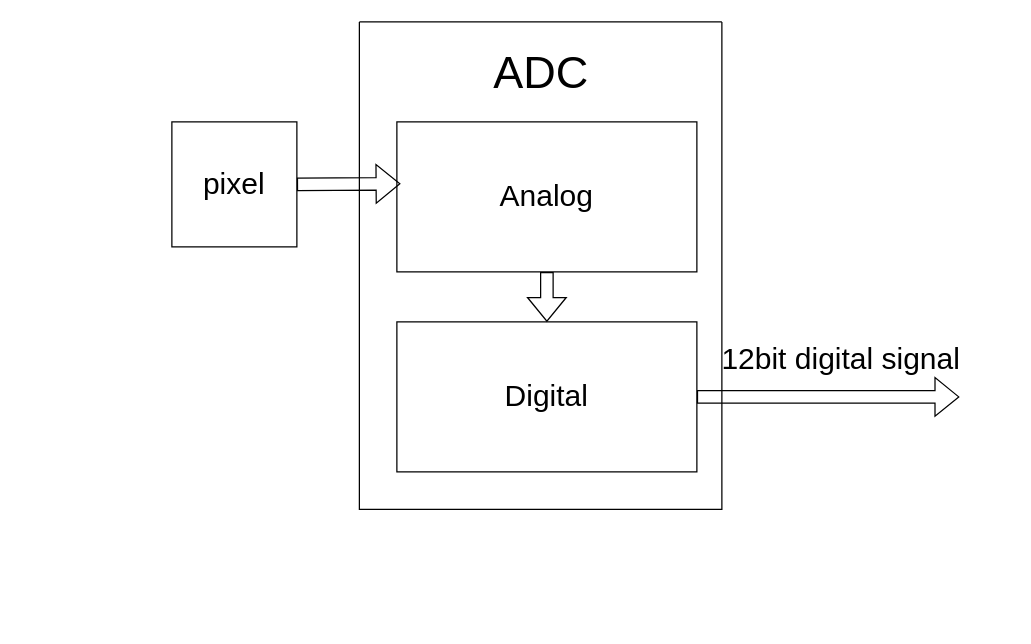
This is Diagrams/Presentation_part2.drawio from sabarioded/Patterns_Project, a draw.io file, before an edit. Source tidied: cells renumbered, new cells numbered last; positions are measured from the earlier drawing's top-left corner, leaving out a move shared by most shapes. Both pictures are drawn from the tidied source at 125%, with x=0, y=0 at pixel (171, 21).
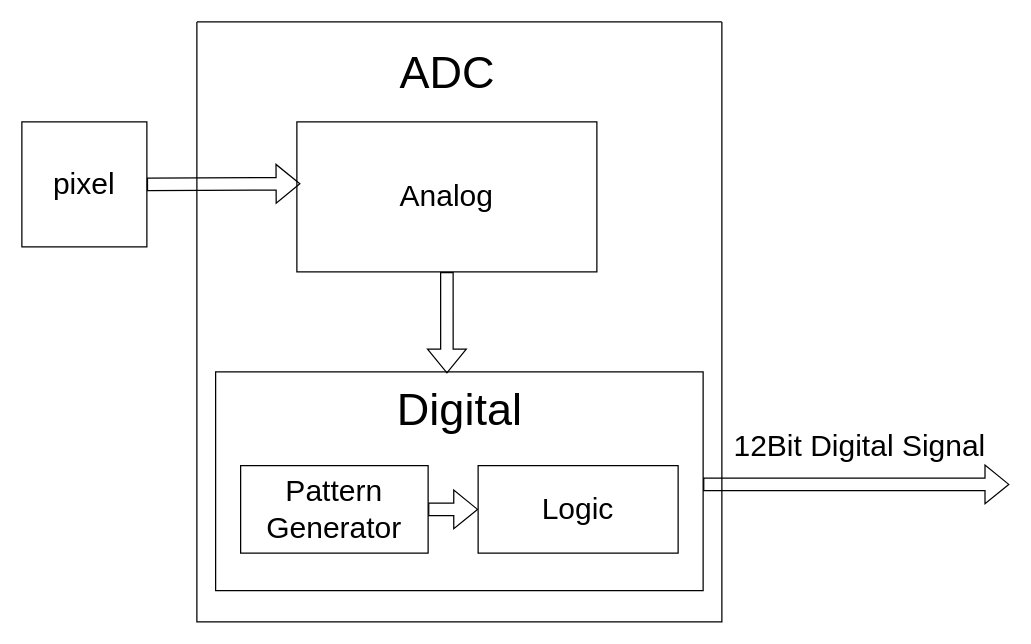
The same page after the edit.

Diff of the diagram source:
```diff
@@
 <mxGraphModel>
   <root>
     <mxCell id="0" />
     <mxCell id="1" parent="0" />
-    <mxCell id="2" value="&lt;font style=&quot;font-size: 24px;&quot;&gt;12bit digital signal&lt;/font&gt;" style="text;html=1;align=center;verticalAlign=middle;strokeColor=none;fillColor=none;" parent="1" vertex="1">
-      <mxGeometry x="430" y="250" width="210" height="40" as="geometry" />
+    <mxCell id="2" value="&lt;font style=&quot;font-size: 24px;&quot;&gt;12Bit Digital Signal&lt;/font&gt;" style="text;html=1;align=center;verticalAlign=middle;strokeColor=none;fillColor=none;" parent="1" vertex="1">
+      <mxGeometry x="440" y="320" width="220" height="40" as="geometry" />
     </mxCell>
-    <mxCell id="3" value="&lt;font style=&quot;font-size: 24px;&quot;&gt;Analog&lt;/font&gt;" style="rounded=0;whiteSpace=wrap;html=1;" parent="1" vertex="1">
-      <mxGeometry x="180" y="80" width="240" height="120" as="geometry" />
-    </mxCell>
-    <mxCell id="4" value="&lt;font style=&quot;font-size: 24px;&quot;&gt;Digital&lt;/font&gt;" style="rounded=0;whiteSpace=wrap;html=1;" parent="1" vertex="1">
-      <mxGeometry x="180" y="240" width="240" height="120" as="geometry" />
-    </mxCell>
-    <mxCell id="5" style="shape=flexArrow;endArrow=classic;html=1;rounded=0;exitX=1;exitY=0.5;exitDx=0;exitDy=0;" parent="1" edge="1" source="4">
+    <mxCell id="5" style="shape=flexArrow;endArrow=classic;html=1;rounded=0;exitX=1;exitY=0.5;exitDx=0;exitDy=0;" parent="1" edge="1">
       <mxGeometry relative="1" as="geometry">
-        <mxPoint x="630" y="300" as="targetPoint" />
+        <mxPoint x="425" y="370" as="sourcePoint" />
+        <mxPoint x="670" y="370" as="targetPoint" />
       </mxGeometry>
     </mxCell>
-    <mxCell id="6" style="shape=flexArrow;endArrow=classic;html=1;rounded=0;exitX=0.5;exitY=1;exitDx=0;exitDy=0;entryX=0.5;entryY=0;entryDx=0;entryDy=0;" parent="1" edge="1" source="3" target="4">
-      <mxGeometry relative="1" as="geometry" />
-    </mxCell>
     <mxCell id="7" style="swimlane;startSize=0;" parent="1" vertex="1">
-      <mxGeometry x="150" width="290" height="390" as="geometry" />
+      <mxGeometry x="20" width="420" height="480" as="geometry" />
     </mxCell>
     <mxCell id="8" value="&lt;font style=&quot;font-size: 36px;&quot;&gt;ADC&lt;/font&gt;" style="text;html=1;align=center;verticalAlign=middle;strokeColor=none;fillColor=none;" parent="7" vertex="1">
-      <mxGeometry x="95" y="10" width="100" height="60" as="geometry" />
+      <mxGeometry x="150" y="10" width="100" height="60" as="geometry" />
     </mxCell>
+    <mxCell id="3" value="&lt;font style=&quot;font-size: 24px;&quot;&gt;Analog&lt;/font&gt;" style="rounded=0;whiteSpace=wrap;html=1;" parent="7" vertex="1">
+      <mxGeometry x="80" y="80" width="240" height="120" as="geometry" />
+    </mxCell>
+    <mxCell id="11" style="shape=flexArrow;endArrow=classic;html=1;rounded=0;entryX=0;entryY=0.5;entryDx=0;entryDy=0;exitX=1;exitY=0.5;exitDx=0;exitDy=0;" parent="7" edge="1" source="12" target="13">
+      <mxGeometry relative="1" as="geometry" />
+    </mxCell>
+    <mxCell id="12" value="&lt;font style=&quot;font-size: 24px;&quot;&gt;Pattern Generator&lt;/font&gt;" style="rounded=0;whiteSpace=wrap;html=1;" parent="7" vertex="1">
+      <mxGeometry x="35" y="355" width="150" height="70" as="geometry" />
+    </mxCell>
+    <mxCell id="13" value="&lt;font style=&quot;font-size: 24px;&quot;&gt;Logic&lt;/font&gt;" style="rounded=0;whiteSpace=wrap;html=1;" parent="7" vertex="1">
+      <mxGeometry x="225" y="355" width="160" height="70" as="geometry" />
+    </mxCell>
+    <mxCell id="14" style="rounded=0;whiteSpace=wrap;html=1;fillColor=none;" parent="7" vertex="1">
+      <mxGeometry x="15" y="280" width="390" height="175" as="geometry" />
+    </mxCell>
+    <mxCell id="4" value="&lt;font style=&quot;font-size: 36px;&quot;&gt;Digital&lt;/font&gt;" style="text;html=1;align=center;verticalAlign=middle;points=[];strokeColor=none;fillColor=none;" parent="7" vertex="1">
+      <mxGeometry x="150" y="280" width="120" height="60" as="geometry" />
+    </mxCell>
+    <mxCell id="6" style="shape=flexArrow;endArrow=classic;html=1;rounded=0;exitX=0.5;exitY=1;exitDx=0;exitDy=0;entryX=0.417;entryY=0.021;entryDx=0;entryDy=0;entryPerimeter=0;" parent="7" edge="1" source="3" target="4">
+      <mxGeometry relative="1" as="geometry" />
+    </mxCell>
     <mxCell id="9" value="&lt;font style=&quot;font-size: 24px;&quot;&gt;pixel&lt;/font&gt;" style="rounded=0;whiteSpace=wrap;html=1;" parent="1" vertex="1">
-      <mxGeometry y="80" width="100" height="100" as="geometry" />
+      <mxGeometry x="-120" y="80" width="100" height="100" as="geometry" />
     </mxCell>
     <mxCell id="10" style="shape=flexArrow;endArrow=classic;html=1;rounded=0;exitX=1;exitY=0.5;exitDx=0;exitDy=0;entryX=0.012;entryY=0.412;entryDx=0;entryDy=0;entryPerimeter=0;" parent="1" edge="1" source="9" target="3">
       <mxGeometry relative="1" as="geometry" />
     </mxCell>
   </root>
 </mxGraphModel>
```
